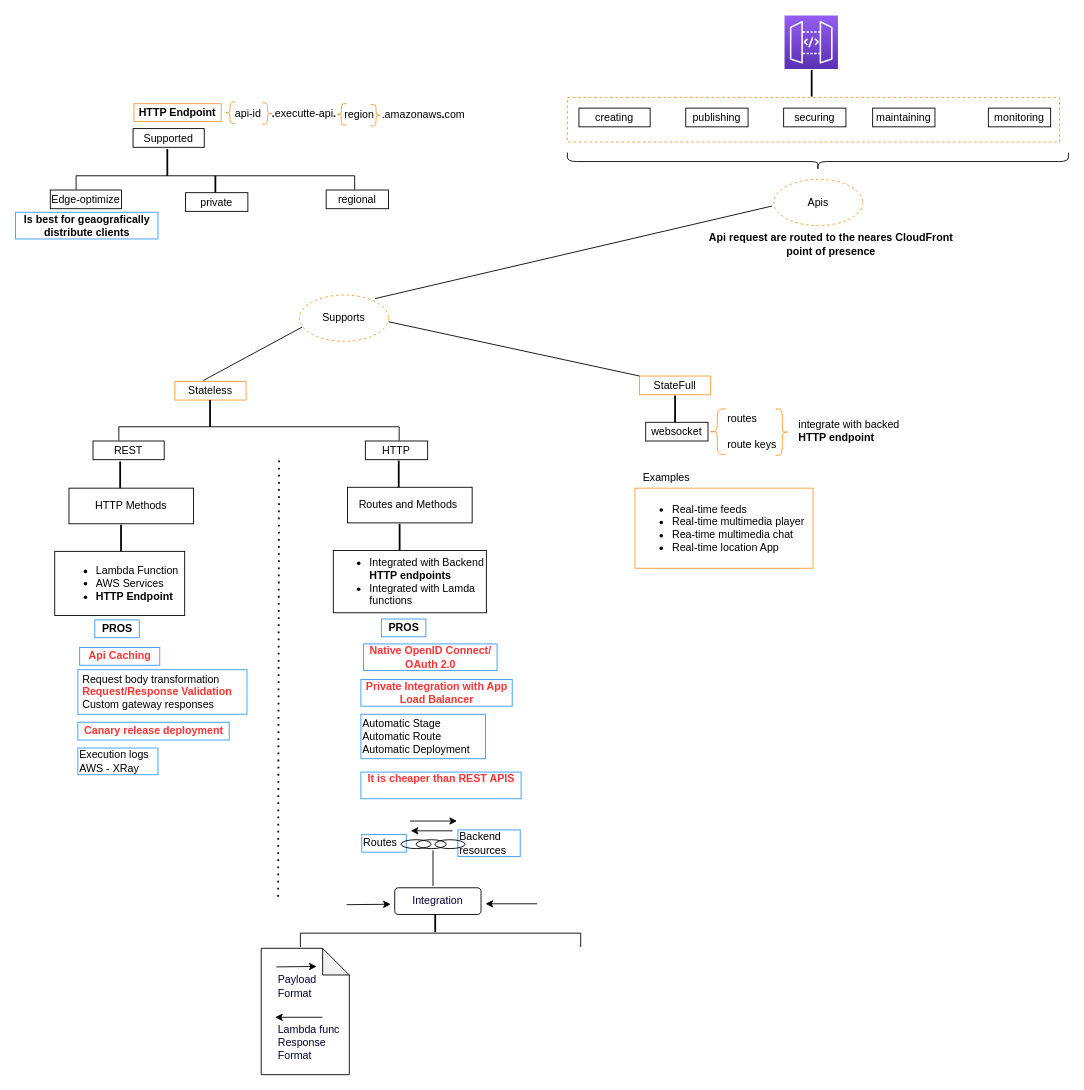
This is certification/apigateway/api_gateway.drawio from ldipotetjob/AWS, a draw.io file, before an edit. Source tidied: cells renumbered, new cells numbered last; positions are measured from the earlier drawing's top-left corner, leaving out a move shared by most shapes. Both pictures are drawn from the tidied source at 89%, with x=0, y=0 at pixel (15, 15).
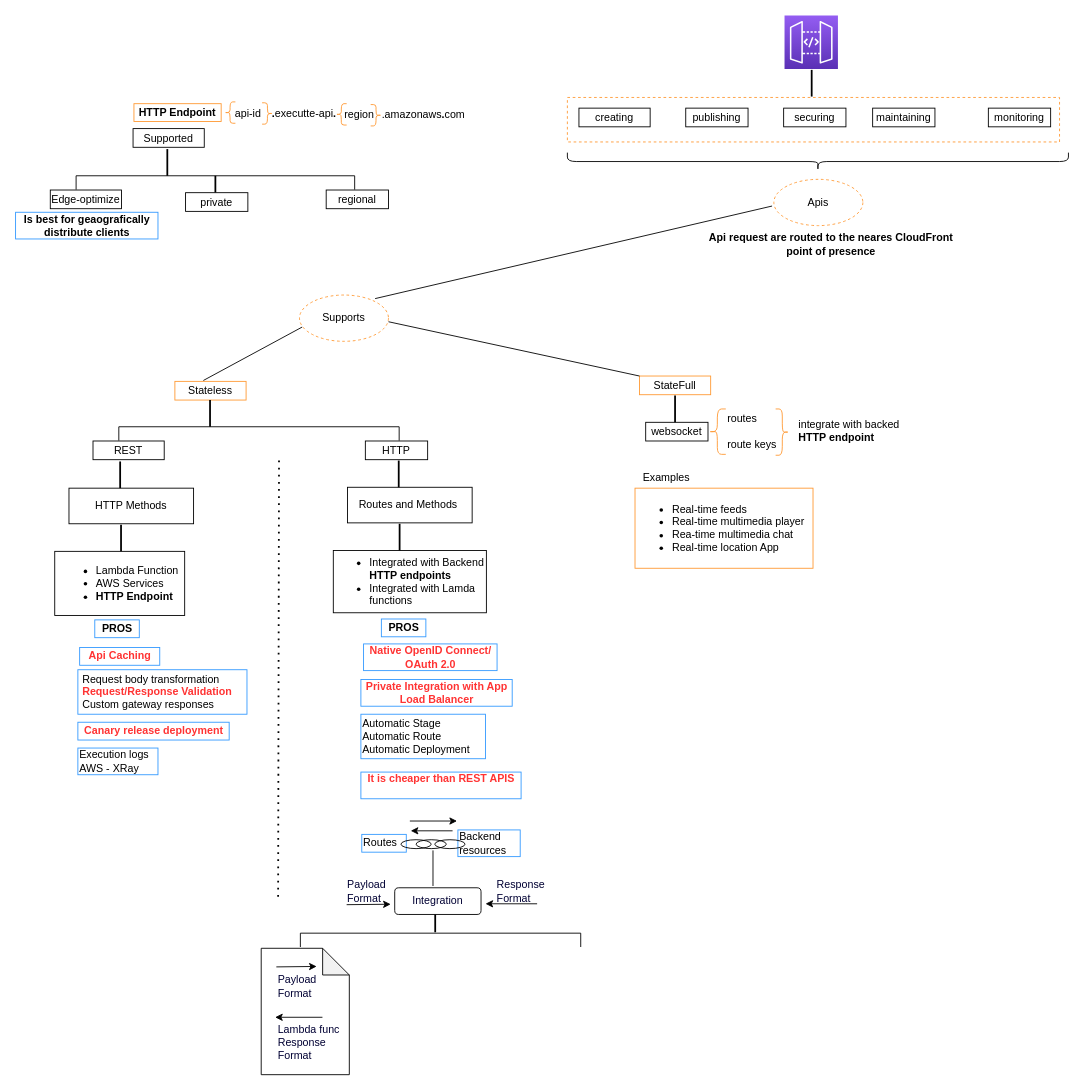
The same diagram, later.

Diff of the diagram source:
```diff
@@
+    <mxCell id="86" value="Payload&amp;nbsp;&lt;br&gt;Format" style="text;html=1;align=left;verticalAlign=middle;strokeColor=none;fillColor=none;fontColor=#000033;" parent="1" vertex="1">
+      <mxGeometry x="371" y="969" width="60" height="30" as="geometry" />
+    </mxCell>
+    <mxCell id="87" value="Response&amp;nbsp;&lt;br&gt;Format" style="text;html=1;align=left;verticalAlign=middle;strokeColor=none;fillColor=none;fontColor=#000033;" parent="1" vertex="1">
+      <mxGeometry x="539" y="969" width="70" height="30" as="geometry" />
+    </mxCell>
```
